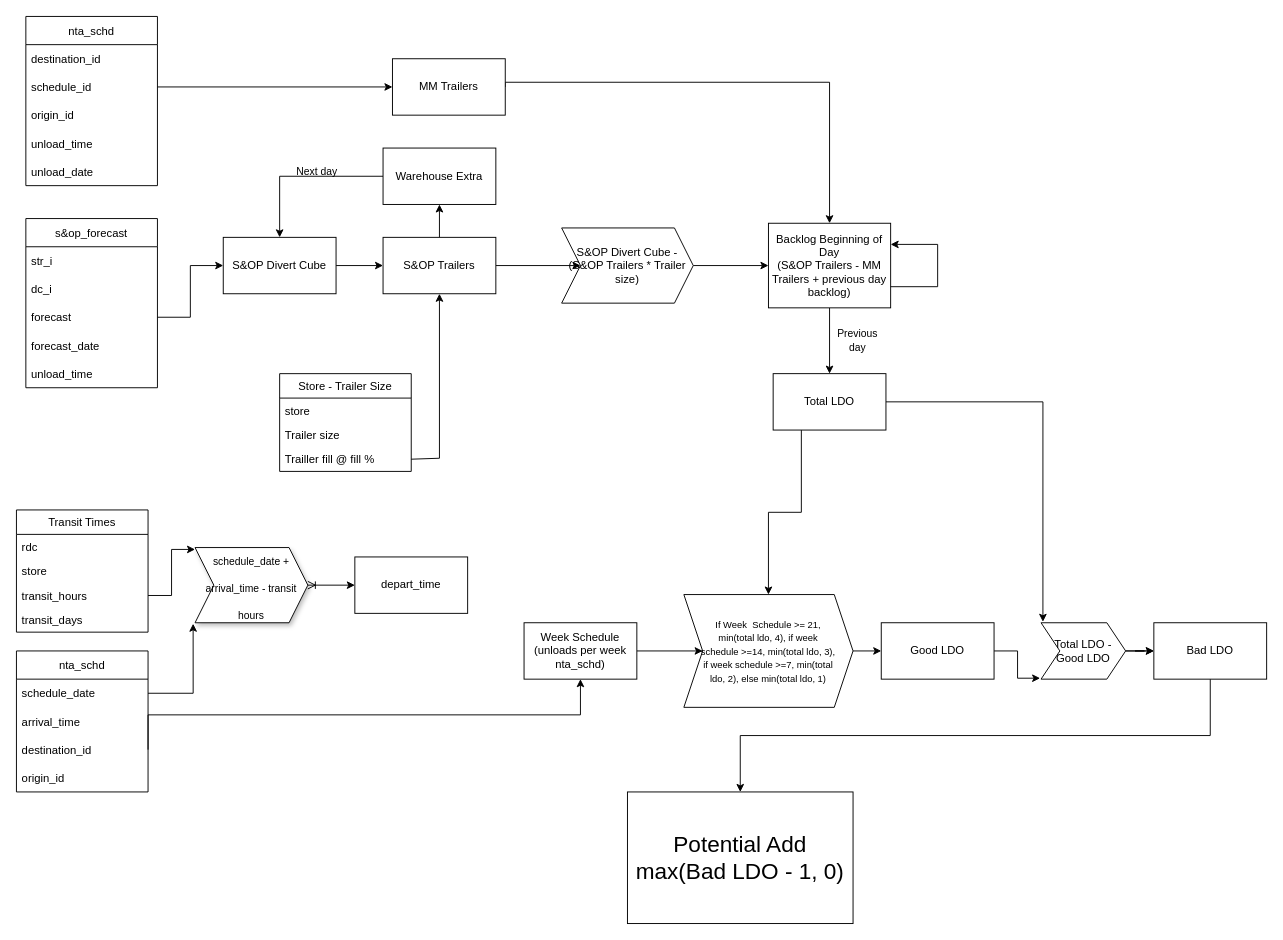
Above: Untitled Diagram.drawio in daniale93/draw.io (draw.io), before the change. Source tidied: cells renumbered, new cells numbered last; positions are measured from the earlier drawing's top-left corner, leaving out a move shared by most shapes. Both pictures are drawn from the tidied source at 94%, with x=0, y=0 at pixel (16, 16).
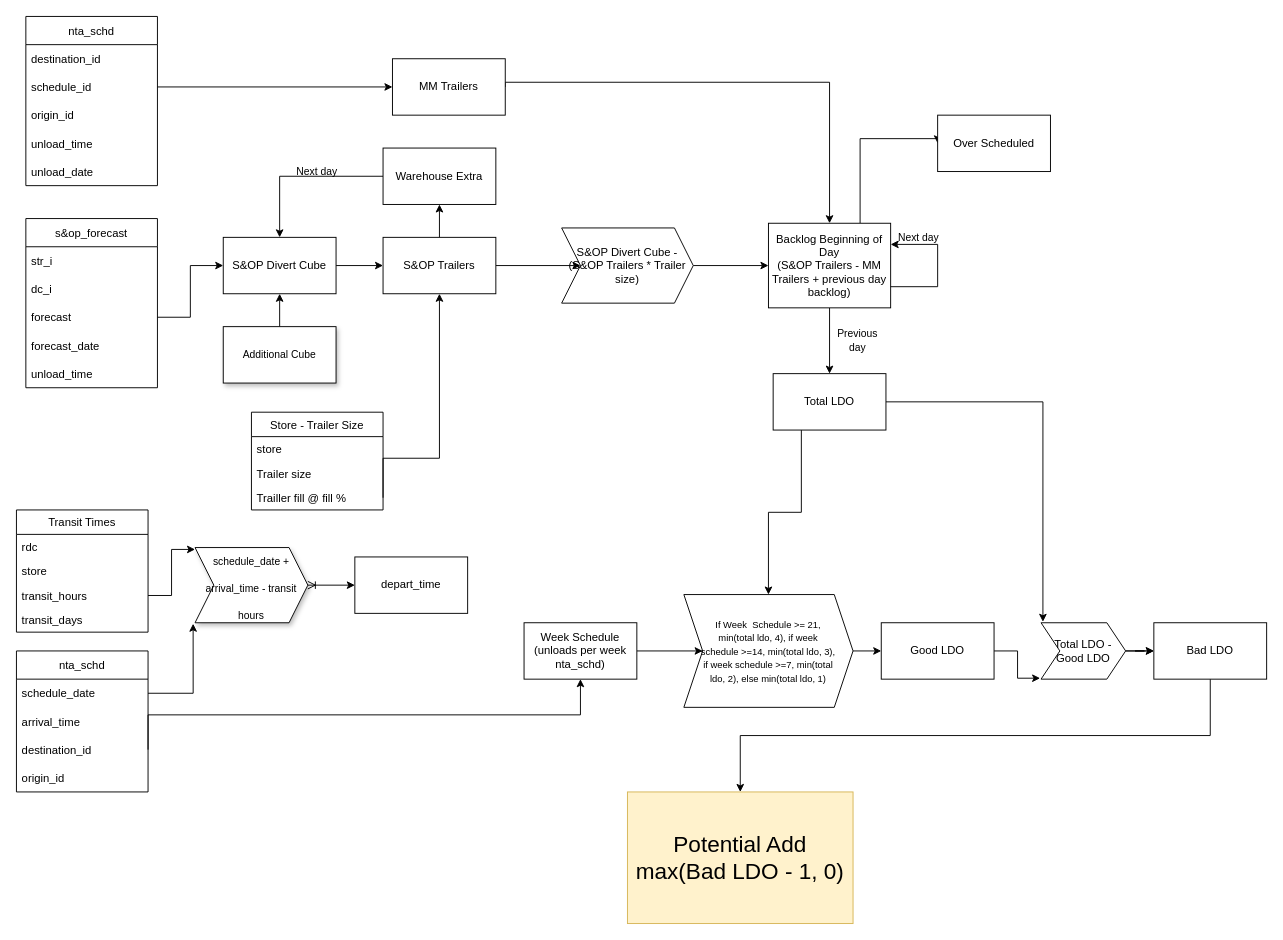
Above is the later version.

Unchanged cells that the change refers to:
```xml
<mxCell id="11" value="Backlog Beginning of Day&lt;br&gt;(S&amp;amp;OP Trailers - MM Trailers + previous day backlog)" style="rounded=0;whiteSpace=wrap;html=1;" parent="1" vertex="1">
  <mxGeometry x="800" y="220" width="130" height="90" as="geometry" />
</mxCell>
<mxCell id="18" value="S&amp;amp;OP Divert Cube" style="rounded=0;whiteSpace=wrap;html=1;" parent="1" vertex="1">
  <mxGeometry x="220" y="235" width="120" height="60" as="geometry" />
</mxCell>
```

The edit, as a diff of the source:
```diff
@@
-    <mxCell id="2" value="&lt;font style=&quot;font-size: 24px&quot;&gt;Potential Add&lt;br&gt;max(Bad LDO - 1, 0)&lt;br&gt;&lt;/font&gt;" style="rounded=0;whiteSpace=wrap;html=1;" parent="1" vertex="1">
+    <mxCell id="2" value="&lt;font style=&quot;font-size: 24px&quot;&gt;Potential Add&lt;br&gt;max(Bad LDO - 1, 0)&lt;br&gt;&lt;/font&gt;" style="rounded=0;whiteSpace=wrap;html=1;fillColor=#fff2cc;strokeColor=#d6b656;" parent="1" vertex="1">
       <mxGeometry x="650" y="825" width="240" height="140" as="geometry" />
     </mxCell>
@@
+    <mxCell id="68" style="edgeStyle=elbowEdgeStyle;rounded=0;jumpStyle=arc;jettySize=auto;elbow=vertical;html=1;exitX=0.75;exitY=0;exitDx=0;exitDy=0;entryX=0;entryY=0.5;entryDx=0;entryDy=0;fontSize=11;startArrow=none;startFill=0;" parent="1" edge="1" source="11" target="71">
+      <mxGeometry relative="1" as="geometry">
+        <Array as="points">
+          <mxPoint x="940" y="130" />
+        </Array>
+      </mxGeometry>
+    </mxCell>
@@
     <mxCell id="33" value="Store - Trailer Size" style="swimlane;fontStyle=0;horizontal=1;startSize=26;fillColor=none;" parent="1" vertex="1">
-      <mxGeometry x="280" y="380" width="140" height="104" as="geometry" />
+      <mxGeometry x="250" y="421" width="140" height="104" as="geometry" />
     </mxCell>
@@
+    <mxCell id="69" style="edgeStyle=elbowEdgeStyle;rounded=0;jumpStyle=arc;jettySize=auto;elbow=vertical;html=1;exitX=0.5;exitY=0;exitDx=0;exitDy=0;entryX=0.5;entryY=1;entryDx=0;entryDy=0;fontSize=11;startArrow=none;startFill=0;" parent="1" edge="1" source="70" target="18">
+      <mxGeometry relative="1" as="geometry" />
+    </mxCell>
+    <mxCell id="70" value="Additional Cube" style="rounded=0;whiteSpace=wrap;html=1;shadow=1;fontSize=11;" parent="1" vertex="1">
+      <mxGeometry x="220" y="330" width="120" height="60" as="geometry" />
+    </mxCell>
+    <mxCell id="71" value="Over Scheduled" style="rounded=0;whiteSpace=wrap;html=1;" parent="1" vertex="1">
+      <mxGeometry x="980" y="105" width="120" height="60" as="geometry" />
+    </mxCell>
+    <mxCell id="72" value="Next day" style="text;html=1;strokeColor=none;fillColor=none;align=center;verticalAlign=middle;whiteSpace=wrap;rounded=0;shadow=1;fontSize=11;" parent="1" vertex="1">
+      <mxGeometry x="930" y="220" width="60" height="30" as="geometry" />
+    </mxCell>
```
